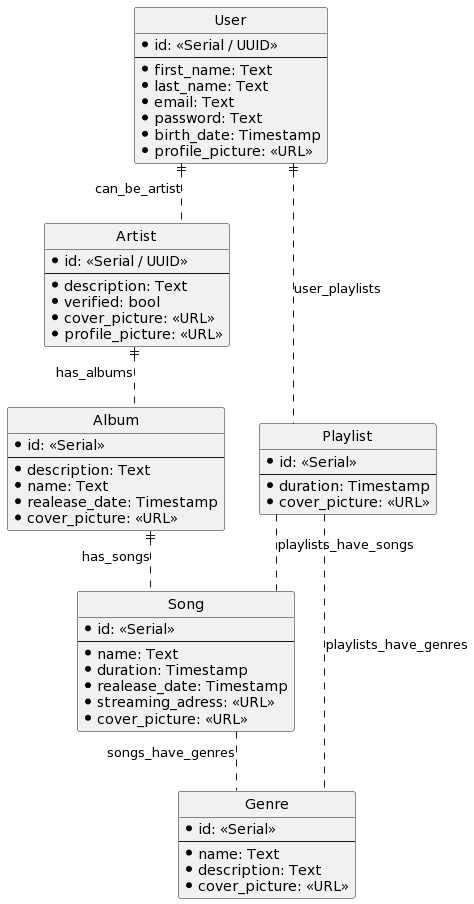
Earlier version of the PlantUML export iteration-01/spotify/diagrams/ERD_diagram.png (TrawenCZ/web-app-demos).
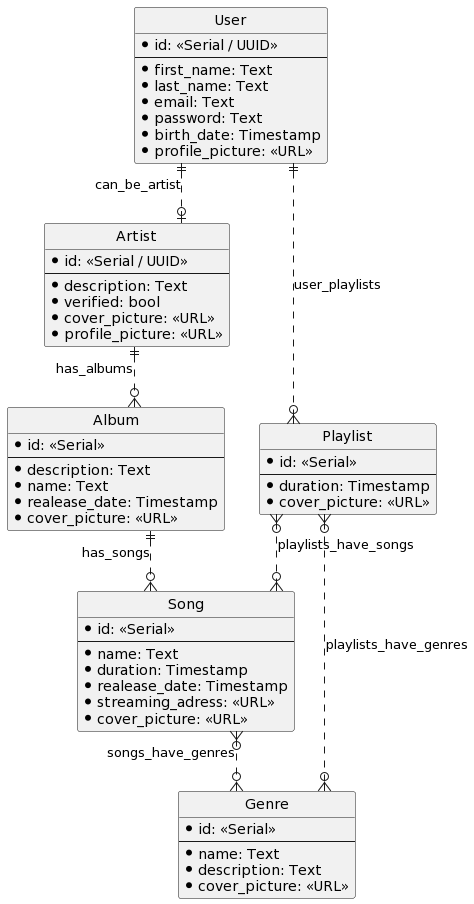
Above is the later version.

The edit, as a diff of the source:
```diff
@@ -56,11 +56,12 @@
     * cover_picture: <<URL>>
 }
 
-User ||..O| Artist : can_be_artist
-Artist ||..O{ Album : has_albums
-Album ||..O{ Song : has_songs
-Song }O..O{ Genre : songs_have_genres
-User ||..O{ Playlist :user_playlists
-Playlist }O..O{ Genre : playlists_have_genres
-Playlist }O..O{ Song : playlists_have_songs
-@enduml
+Artist ||..o{ Album : has_albums
+User ||..o| Artist : can_be_artist
+Album ||..o{ Song : has_songs
+Song }o..o{ Genre : songs_have_genres
+User ||..o{ Playlist : user_playlists
+Playlist }o..o{ Genre : playlists_have_genres
+Playlist }o..o{ Song : playlists_have_songs
+
+@endtuml
```
